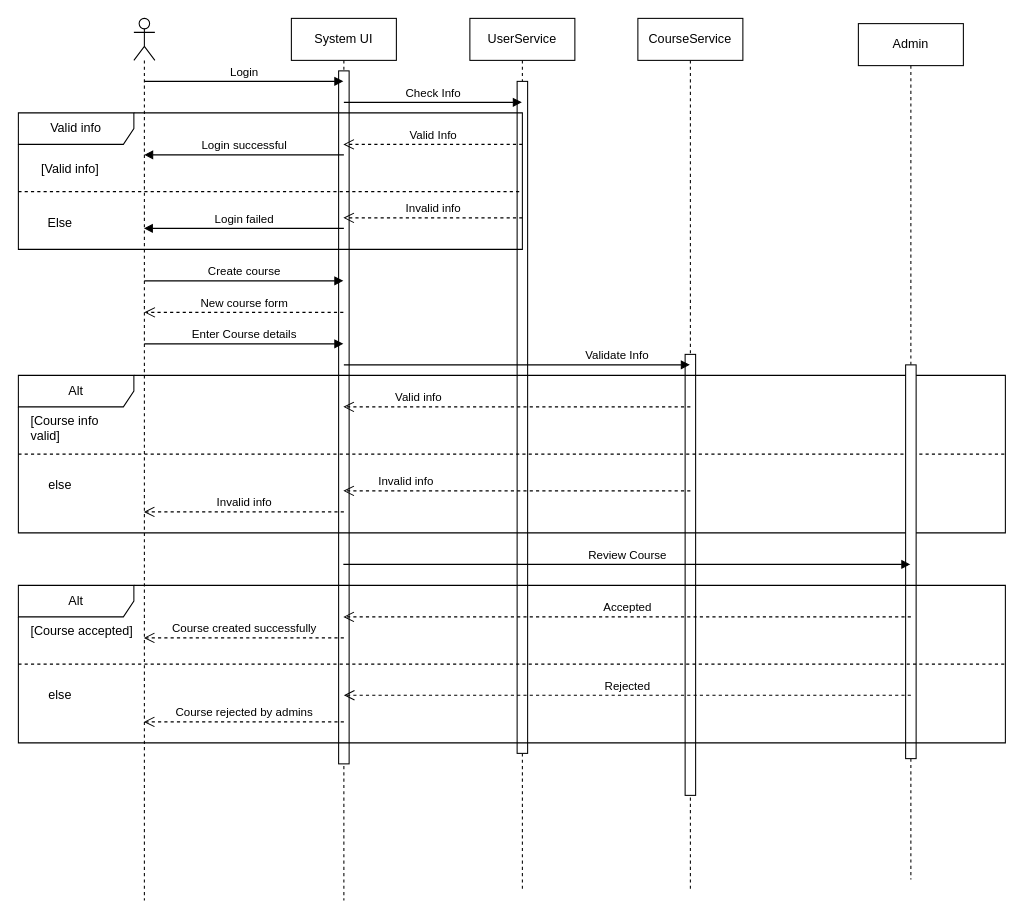
Smook-e/Prog2_lab6 keeps this draw.io diagram as Diagrams/Sequence Diagram.drawio. Above is the earlier version. Source tidied: cells renumbered, new cells numbered last; positions are measured from the earlier drawing's top-left corner, leaving out a move shared by most shapes. Both pictures are drawn from the tidied source at 105%, with x=0, y=0 at pixel (18, 18).
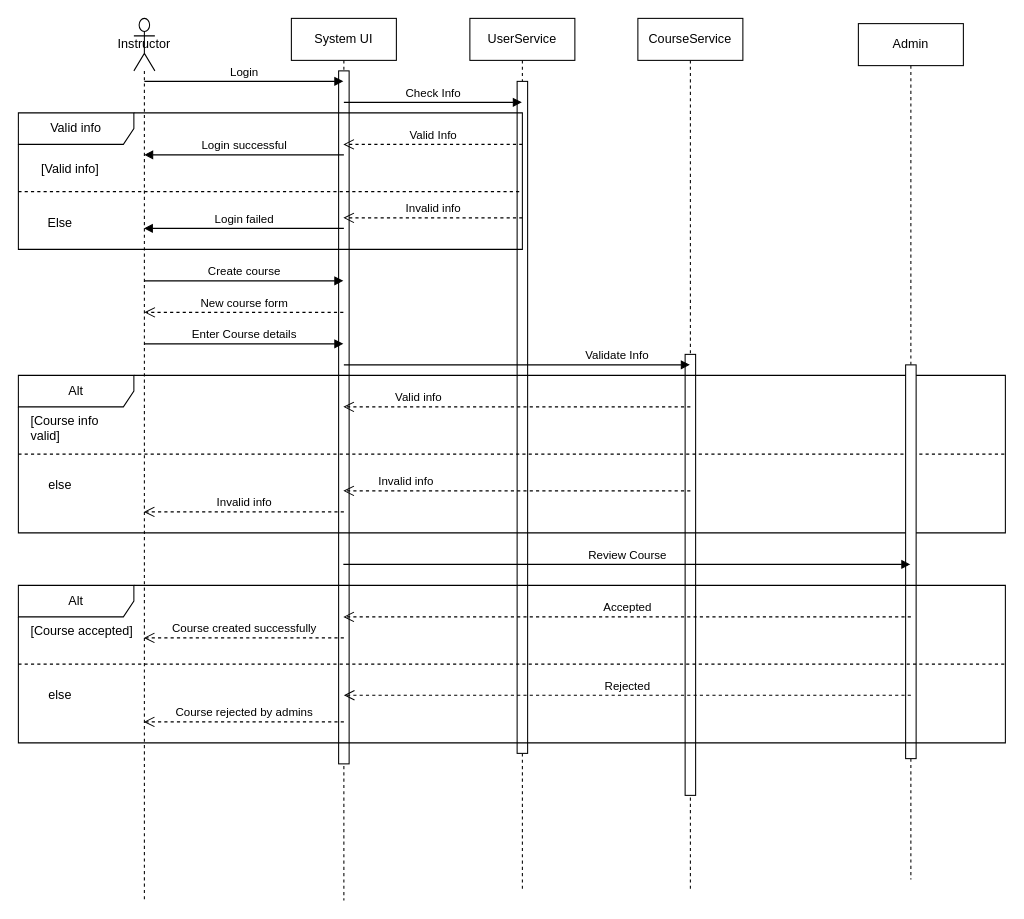
The same diagram, later.

What changed in the source:
```diff
@@
-    <mxCell id="8" style="shape=umlLifeline;perimeter=lifelinePerimeter;whiteSpace=wrap;html=1;outlineConnect=0;portConstraint=eastwest;newEdgeStyle={&quot;curved&quot;:0,&quot;rounded&quot;:0};participant=umlActor;" parent="1" vertex="1">
+    <mxCell id="8" value="Instructor" style="shape=umlLifeline;perimeter=lifelinePerimeter;whiteSpace=wrap;html=1;outlineConnect=0;portConstraint=eastwest;newEdgeStyle={&quot;curved&quot;:0,&quot;rounded&quot;:0};participant=umlActor;size=50;" parent="1" vertex="1">
       <mxGeometry x="110" width="20" height="840" as="geometry" />
     </mxCell>
```
